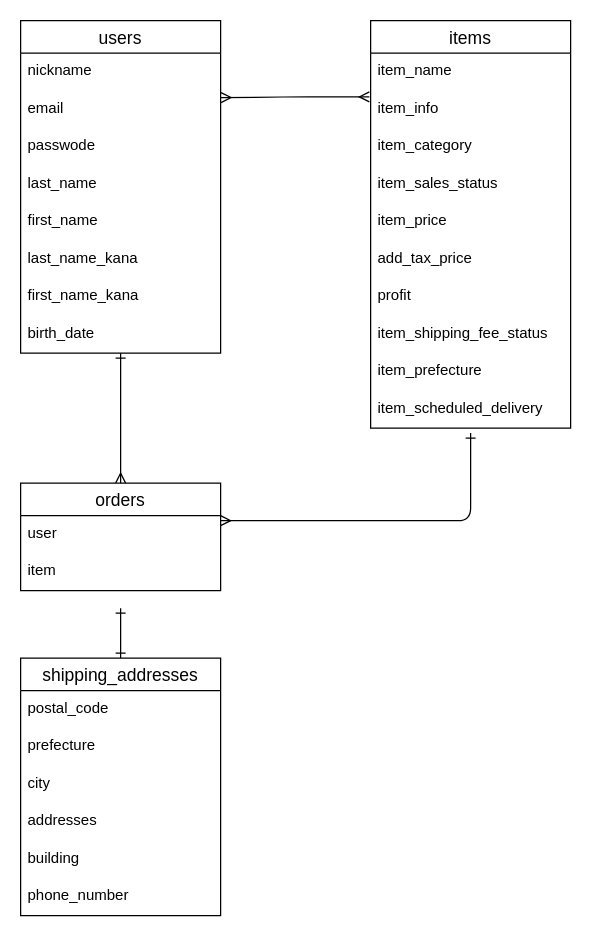
t-kashu/furima-39950 keeps this draw.io diagram as furima.dio. Above is the earlier version. Source tidied: cells renumbered, new cells numbered last; positions are measured from the earlier drawing's top-left corner, leaving out a move shared by most shapes. Both pictures are drawn from the tidied source at 125%, with x=0, y=0 at pixel (20, 20).
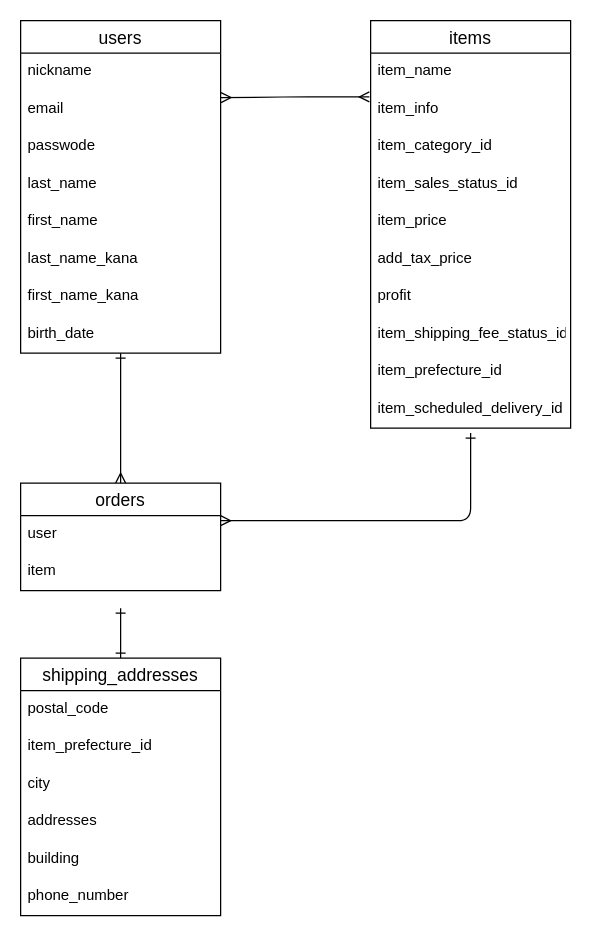
After the change.

Commit message (it also covers changes not shown here):
データベース設計修正3

The change refers to these unchanged cells:
```xml
<mxCell id="11" value="items" style="swimlane;fontStyle=0;horizontal=1;startSize=26;align=center;fontSize=14;" parent="1" vertex="1">
  <mxGeometry x="280" width="160" height="326" as="geometry" />
</mxCell>
<mxCell id="24" value="shipping_addresses" style="swimlane;fontStyle=0;horizontal=1;startSize=26;align=center;fontSize=14;" parent="1" vertex="1">
  <mxGeometry y="510" width="160" height="206" as="geometry" />
</mxCell>
```

The edit, as a diff of the source:
```diff
@@
-    <mxCell id="14" value="item_category" style="text;strokeColor=none;fillColor=none;spacingLeft=4;spacingRight=4;overflow=hidden;fontSize=12;" parent="11" vertex="1">
+    <mxCell id="14" value="item_category_id" style="text;strokeColor=none;fillColor=none;spacingLeft=4;spacingRight=4;overflow=hidden;fontSize=12;" parent="11" vertex="1">
       <mxGeometry y="86" width="160" height="30" as="geometry" />
     </mxCell>
-    <mxCell id="15" value="item_sales_status" style="text;strokeColor=none;fillColor=none;spacingLeft=4;spacingRight=4;overflow=hidden;fontSize=12;" parent="11" vertex="1">
+    <mxCell id="15" value="item_sales_status_id" style="text;strokeColor=none;fillColor=none;spacingLeft=4;spacingRight=4;overflow=hidden;fontSize=12;" parent="11" vertex="1">
       <mxGeometry y="116" width="160" height="30" as="geometry" />
     </mxCell>
@@
-    <mxCell id="19" value="item_shipping_fee_status" style="text;strokeColor=none;fillColor=none;spacingLeft=4;spacingRight=4;overflow=hidden;fontSize=12;" parent="11" vertex="1">
+    <mxCell id="19" value="item_shipping_fee_status_id" style="text;strokeColor=none;fillColor=none;spacingLeft=4;spacingRight=4;overflow=hidden;fontSize=12;" parent="11" vertex="1">
       <mxGeometry y="236" width="160" height="30" as="geometry" />
     </mxCell>
-    <mxCell id="20" value="item_prefecture" style="text;strokeColor=none;fillColor=none;spacingLeft=4;spacingRight=4;overflow=hidden;fontSize=12;" parent="11" vertex="1">
+    <mxCell id="20" value="item_prefecture_id" style="text;strokeColor=none;fillColor=none;spacingLeft=4;spacingRight=4;overflow=hidden;fontSize=12;" parent="11" vertex="1">
       <mxGeometry y="266" width="160" height="30" as="geometry" />
     </mxCell>
-    <mxCell id="21" value="item_scheduled_delivery" style="text;strokeColor=none;fillColor=none;spacingLeft=4;spacingRight=4;overflow=hidden;points=[[0,0.5],[1,0.5]];portConstraint=eastwest;fontSize=12;" parent="11" vertex="1">
+    <mxCell id="21" value="item_scheduled_delivery_id" style="text;strokeColor=none;fillColor=none;spacingLeft=4;spacingRight=4;overflow=hidden;points=[[0,0.5],[1,0.5]];portConstraint=eastwest;fontSize=12;" parent="11" vertex="1">
       <mxGeometry y="296" width="160" height="30" as="geometry" />
     </mxCell>
@@
-    <mxCell id="26" value="prefecture" style="text;strokeColor=none;fillColor=none;spacingLeft=4;spacingRight=4;overflow=hidden;fontSize=12;" parent="24" vertex="1">
+    <mxCell id="26" value="item_prefecture_id" style="text;strokeColor=none;fillColor=none;spacingLeft=4;spacingRight=4;overflow=hidden;fontSize=12;" parent="24" vertex="1">
       <mxGeometry y="56" width="160" height="30" as="geometry" />
     </mxCell>
```
